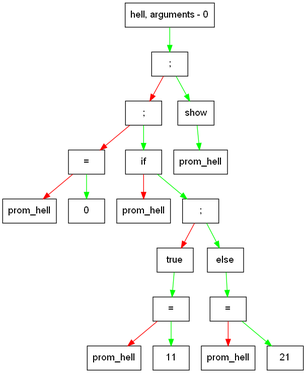
The Graphviz diagram dump.png in Naminar/Language, before a commit. Its source is kept beside it as dump.dot. Source of this version:
```dot
digraph G{
 size="100" node [shape = record, fontname = Arial];
    elem0000025ceccd1640[label = " { hell, arguments - 0} "];
edge [color = green];
elem0000025ceccd1640 -> elem0000025ceccd79a0;elem0000025ceccd79a0[label = " { ; } "];
edge [color = red];
elem0000025ceccd79a0 -> elem0000025ceccd7a60;edge [color = green];
elem0000025ceccd79a0 -> elem0000025ceccd7a20;elem0000025ceccd7a60[label = " { ; } "];
edge [color = red];
elem0000025ceccd7a60 -> elem0000025ceccd7ca0;edge [color = green];
elem0000025ceccd7a60 -> elem0000025ceccd6910;elem0000025ceccd7ca0[label = " { = } "];
edge [color = red];
elem0000025ceccd7ca0 -> elem0000025ceccd6810;edge [color = green];
elem0000025ceccd7ca0 -> elem0000025ceccd7c60;elem0000025ceccd6810[label = " {prom_hell} "];
elem0000025ceccd7c60[label = " {0} "];
elem0000025ceccd6910[label = " {if} "];
edge [color = red];
elem0000025ceccd6910 -> elem0000025ceccd6a30;edge [color = green];
elem0000025ceccd6910 -> elem0000025ceccd76a0;elem0000025ceccd6a30[label = " {prom_hell} "];
elem0000025ceccd76a0[label = " { ; } "];
edge [color = red];
elem0000025ceccd76a0 -> elem0000025ceccd6b50;edge [color = green];
elem0000025ceccd76a0 -> elem0000025ceccd7aa0;elem0000025ceccd6b50[label = " {true} "];
edge [color = green];
elem0000025ceccd6b50 -> elem0000025ceccd74b0;elem0000025ceccd74b0[label = " { = } "];
edge [color = red];
elem0000025ceccd74b0 -> elem0000025ceccd7450;edge [color = green];
elem0000025ceccd74b0 -> elem0000025ceccd7960;elem0000025ceccd7450[label = " {prom_hell} "];
elem0000025ceccd7960[label = " {11} "];
elem0000025ceccd7aa0[label = " {else} "];
edge [color = green];
elem0000025ceccd7aa0 -> elem0000025ceccd79e0;elem0000025ceccd79e0[label = " { = } "];
edge [color = red];
elem0000025ceccd79e0 -> elem0000025ceccd7b20;edge [color = green];
elem0000025ceccd79e0 -> elem0000025ceccd7b60;elem0000025ceccd7b20[label = " {prom_hell} "];
elem0000025ceccd7b60[label = " {21} "];
elem0000025ceccd7a20[label = " {show} "];
edge [color = green];
elem0000025ceccd7a20 -> elem0000025ceccd7560;elem0000025ceccd7560[label = " {prom_hell} "];
}
```
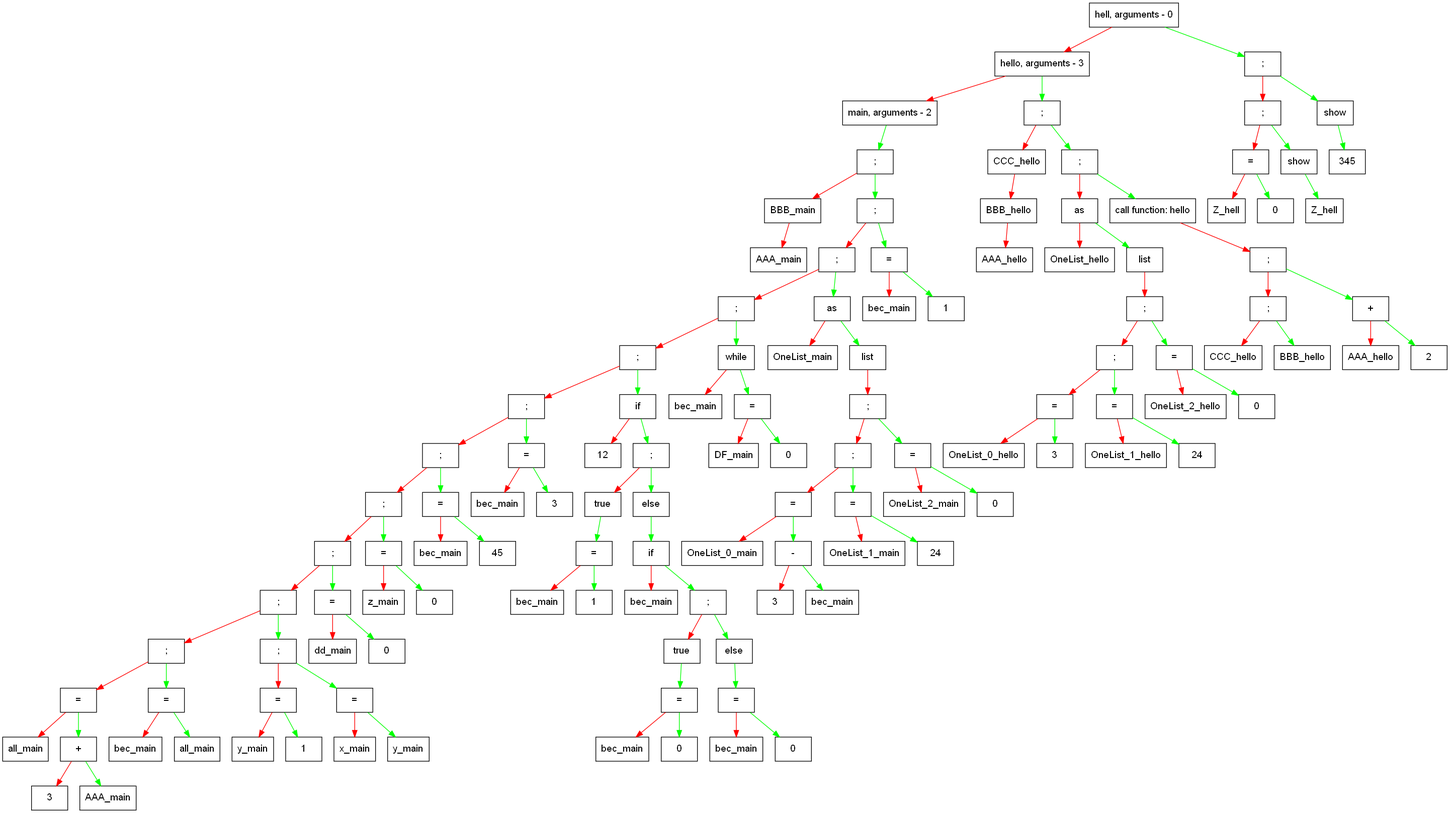
The same diagram one commit later.

What changed in the source:
```diff
@@ -1,40 +1,246 @@
 digraph G{
  size="100" node [shape = record, fontname = Arial];
-    elem0000025ceccd1640[label = " { hell, arguments - 0} "];
+    elem000001af61dcb530[label = " { hell, arguments - 0} "];
+edge [color = red];
+elem000001af61dcb530 -> elem000001af61dcb1b0;edge [color = green];
+elem000001af61dcb530 -> elem000001af61dcae30;elem000001af61dcb1b0[label = " { hello, arguments - 3} "];
+edge [color = red];
+elem000001af61dcb1b0 -> elem000001af61dc1640;edge [color = green];
+elem000001af61dcb1b0 -> elem000001af61dc9880;elem000001af61dc1640[label = " { main, arguments - 2} "];
 edge [color = green];
-elem0000025ceccd1640 -> elem0000025ceccd79a0;elem0000025ceccd79a0[label = " { ; } "];
+elem000001af61dc1640 -> elem000001af61dcd430;elem000001af61dcd430[label = " { ; } "];
 edge [color = red];
-elem0000025ceccd79a0 -> elem0000025ceccd7a60;edge [color = green];
-elem0000025ceccd79a0 -> elem0000025ceccd7a20;elem0000025ceccd7a60[label = " { ; } "];
+elem000001af61dcd430 -> elem000001af61dc17f0;edge [color = green];
+elem000001af61dcd430 -> elem000001af61dc9300;elem000001af61dc17f0[label = " {BBB_main} "];
 edge [color = red];
-elem0000025ceccd7a60 -> elem0000025ceccd7ca0;edge [color = green];
-elem0000025ceccd7a60 -> elem0000025ceccd6910;elem0000025ceccd7ca0[label = " { = } "];
+elem000001af61dc17f0 -> elem000001af61dc1760;elem000001af61dc1760[label = " {AAA_main} "];
+elem000001af61dc9300[label = " { ; } "];
 edge [color = red];
-elem0000025ceccd7ca0 -> elem0000025ceccd6810;edge [color = green];
-elem0000025ceccd7ca0 -> elem0000025ceccd7c60;elem0000025ceccd6810[label = " {prom_hell} "];
-elem0000025ceccd7c60[label = " {0} "];
-elem0000025ceccd6910[label = " {if} "];
+elem000001af61dc9300 -> elem000001af61dc93c0;edge [color = green];
+elem000001af61dc9300 -> elem000001af61dcb030;elem000001af61dc93c0[label = " { ; } "];
 edge [color = red];
-elem0000025ceccd6910 -> elem0000025ceccd6a30;edge [color = green];
-elem0000025ceccd6910 -> elem0000025ceccd76a0;elem0000025ceccd6a30[label = " {prom_hell} "];
-elem0000025ceccd76a0[label = " { ; } "];
+elem000001af61dc93c0 -> elem000001af61dcd530;edge [color = green];
+elem000001af61dc93c0 -> elem000001af61dc9980;elem000001af61dcd530[label = " { ; } "];
 edge [color = red];
-elem0000025ceccd76a0 -> elem0000025ceccd6b50;edge [color = green];
-elem0000025ceccd76a0 -> elem0000025ceccd7aa0;elem0000025ceccd6b50[label = " {true} "];
+elem000001af61dcd530 -> elem000001af61dcd8f0;edge [color = green];
+elem000001af61dcd530 -> elem000001af61dc9740;elem000001af61dcd8f0[label = " { ; } "];
+edge [color = red];
+elem000001af61dcd8f0 -> elem000001af61dcd6b0;edge [color = green];
+elem000001af61dcd8f0 -> elem000001af61dc91c0;elem000001af61dcd6b0[label = " { ; } "];
+edge [color = red];
+elem000001af61dcd6b0 -> elem000001af61dcd1b0;edge [color = green];
+elem000001af61dcd6b0 -> elem000001af61dc79a0;elem000001af61dcd1b0[label = " { ; } "];
+edge [color = red];
+elem000001af61dcd1b0 -> elem000001af61dcdaf0;edge [color = green];
+elem000001af61dcd1b0 -> elem000001af61dc7b20;elem000001af61dcdaf0[label = " { ; } "];
+edge [color = red];
+elem000001af61dcdaf0 -> elem000001af61dcd330;edge [color = green];
+elem000001af61dcdaf0 -> elem000001af61dcce30;elem000001af61dcd330[label = " { ; } "];
+edge [color = red];
+elem000001af61dcd330 -> elem000001af61dccdb0;edge [color = green];
+elem000001af61dcd330 -> elem000001af61dcd2f0;elem000001af61dccdb0[label = " { ; } "];
+edge [color = red];
+elem000001af61dccdb0 -> elem000001af61dcd930;edge [color = green];
+elem000001af61dccdb0 -> elem000001af61dcd870;elem000001af61dcd930[label = " { ; } "];
+edge [color = red];
+elem000001af61dcd930 -> elem000001af61dc6ac0;edge [color = green];
+elem000001af61dcd930 -> elem000001af61dc69a0;elem000001af61dc6ac0[label = " { = } "];
+edge [color = red];
+elem000001af61dc6ac0 -> elem000001af61dc6a30;edge [color = green];
+elem000001af61dc6ac0 -> elem000001af61dc77e0;elem000001af61dc6a30[label = " {all_main} "];
+elem000001af61dc77e0[label = " { + } "];
+edge [color = red];
+elem000001af61dc77e0 -> elem000001af61dc7450;edge [color = green];
+elem000001af61dc77e0 -> elem000001af61dc7ba0;elem000001af61dc7450[label = " {3} "];
+elem000001af61dc7ba0[label = " {AAA_main} "];
+elem000001af61dc69a0[label = " { = } "];
+edge [color = red];
+elem000001af61dc69a0 -> elem000001af61dc6910;edge [color = green];
+elem000001af61dc69a0 -> elem000001af61dcd830;elem000001af61dc6910[label = " {bec_main} "];
+elem000001af61dcd830[label = " {all_main} "];
+elem000001af61dcd870[label = " { ; } "];
+edge [color = red];
+elem000001af61dcd870 -> elem000001af61dc7b60;edge [color = green];
+elem000001af61dcd870 -> elem000001af61dc76e0;elem000001af61dc7b60[label = " { = } "];
+edge [color = red];
+elem000001af61dc7b60 -> elem000001af61dc7be0;edge [color = green];
+elem000001af61dc7b60 -> elem000001af61dc7c60;elem000001af61dc7be0[label = " {y_main} "];
+elem000001af61dc7c60[label = " {1} "];
+elem000001af61dc76e0[label = " { = } "];
+edge [color = red];
+elem000001af61dc76e0 -> elem000001af61dc7820;edge [color = green];
+elem000001af61dc76e0 -> elem000001af61dcd7f0;elem000001af61dc7820[label = " {x_main} "];
+elem000001af61dcd7f0[label = " {y_main} "];
+elem000001af61dcd2f0[label = " { = } "];
+edge [color = red];
+elem000001af61dcd2f0 -> elem000001af61dc7ca0;edge [color = green];
+elem000001af61dcd2f0 -> elem000001af61dcd9f0;elem000001af61dc7ca0[label = " {dd_main} "];
+elem000001af61dcd9f0[label = " {0} "];
+elem000001af61dcce30[label = " { = } "];
+edge [color = red];
+elem000001af61dcce30 -> elem000001af61dc75a0;edge [color = green];
+elem000001af61dcce30 -> elem000001af61dcd370;elem000001af61dc75a0[label = " {z_main} "];
+elem000001af61dcd370[label = " {0} "];
+elem000001af61dc7b20[label = " { = } "];
+edge [color = red];
+elem000001af61dc7b20 -> elem000001af61dc75e0;edge [color = green];
+elem000001af61dc7b20 -> elem000001af61dc7ae0;elem000001af61dc75e0[label = " {bec_main} "];
+elem000001af61dc7ae0[label = " {45} "];
+elem000001af61dc79a0[label = " { = } "];
+edge [color = red];
+elem000001af61dc79a0 -> elem000001af61dc7a20;edge [color = green];
+elem000001af61dc79a0 -> elem000001af61dc9680;elem000001af61dc7a20[label = " {bec_main} "];
+elem000001af61dc9680[label = " {3} "];
+elem000001af61dc91c0[label = " {if} "];
+edge [color = red];
+elem000001af61dc91c0 -> elem000001af61dc8ec0;edge [color = green];
+elem000001af61dc91c0 -> elem000001af61dcd6f0;elem000001af61dc8ec0[label = " {12} "];
+elem000001af61dcd6f0[label = " { ; } "];
+edge [color = red];
+elem000001af61dcd6f0 -> elem000001af61dc9100;edge [color = green];
+elem000001af61dcd6f0 -> elem000001af61dc9600;elem000001af61dc9100[label = " {true} "];
 edge [color = green];
-elem0000025ceccd6b50 -> elem0000025ceccd74b0;elem0000025ceccd74b0[label = " { = } "];
+elem000001af61dc9100 -> elem000001af61dc8d40;elem000001af61dc8d40[label = " { = } "];
 edge [color = red];
-elem0000025ceccd74b0 -> elem0000025ceccd7450;edge [color = green];
-elem0000025ceccd74b0 -> elem0000025ceccd7960;elem0000025ceccd7450[label = " {prom_hell} "];
-elem0000025ceccd7960[label = " {11} "];
-elem0000025ceccd7aa0[label = " {else} "];
+elem000001af61dc8d40 -> elem000001af61dc9040;edge [color = green];
+elem000001af61dc8d40 -> elem000001af61dc8f40;elem000001af61dc9040[label = " {bec_main} "];
+elem000001af61dc8f40[label = " {1} "];
+elem000001af61dc9600[label = " {else} "];
 edge [color = green];
-elem0000025ceccd7aa0 -> elem0000025ceccd79e0;elem0000025ceccd79e0[label = " { = } "];
+elem000001af61dc9600 -> elem000001af61dc95c0;elem000001af61dc95c0[label = " {if} "];
 edge [color = red];
-elem0000025ceccd79e0 -> elem0000025ceccd7b20;edge [color = green];
-elem0000025ceccd79e0 -> elem0000025ceccd7b60;elem0000025ceccd7b20[label = " {prom_hell} "];
-elem0000025ceccd7b60[label = " {21} "];
-elem0000025ceccd7a20[label = " {show} "];
+elem000001af61dc95c0 -> elem000001af61dc9640;edge [color = green];
+elem000001af61dc95c0 -> elem000001af61dcd470;elem000001af61dc9640[label = " {bec_main} "];
+elem000001af61dcd470[label = " { ; } "];
+edge [color = red];
+elem000001af61dcd470 -> elem000001af61dc9000;edge [color = green];
+elem000001af61dcd470 -> elem000001af61dc9540;elem000001af61dc9000[label = " {true} "];
 edge [color = green];
-elem0000025ceccd7a20 -> elem0000025ceccd7560;elem0000025ceccd7560[label = " {prom_hell} "];
+elem000001af61dc9000 -> elem000001af61dc9a80;elem000001af61dc9a80[label = " { = } "];
+edge [color = red];
+elem000001af61dc9a80 -> elem000001af61dc9500;edge [color = green];
+elem000001af61dc9a80 -> elem000001af61dc96c0;elem000001af61dc9500[label = " {bec_main} "];
+elem000001af61dc96c0[label = " {0} "];
+elem000001af61dc9540[label = " {else} "];
+edge [color = green];
+elem000001af61dc9540 -> elem000001af61dc9840;elem000001af61dc9840[label = " { = } "];
+edge [color = red];
+elem000001af61dc9840 -> elem000001af61dc8fc0;edge [color = green];
+elem000001af61dc9840 -> elem000001af61dc9240;elem000001af61dc8fc0[label = " {bec_main} "];
+elem000001af61dc9240[label = " {0} "];
+elem000001af61dc9740[label = " {while} "];
+edge [color = red];
+elem000001af61dc9740 -> elem000001af61dc9380;edge [color = green];
+elem000001af61dc9740 -> elem000001af61dcd4f0;elem000001af61dc9380[label = " {bec_main} "];
+elem000001af61dcd4f0[label = " { = } "];
+edge [color = red];
+elem000001af61dcd4f0 -> elem000001af61dc9440;edge [color = green];
+elem000001af61dcd4f0 -> elem000001af61dcd4b0;elem000001af61dc9440[label = " {DF_main} "];
+elem000001af61dcd4b0[label = " {0} "];
+elem000001af61dc9980[label = " {as} "];
+edge [color = red];
+elem000001af61dc9980 -> elem000001af61dc9940;edge [color = green];
+elem000001af61dc9980 -> elem000001af61dc99c0;elem000001af61dc9940[label = " {OneList_main} "];
+elem000001af61dc99c0[label = " {list} "];
+edge [color = red];
+elem000001af61dc99c0 -> elem000001af61dccf70;elem000001af61dccf70[label = " { ; } "];
+edge [color = red];
+elem000001af61dccf70 -> elem000001af61dccef0;edge [color = green];
+elem000001af61dccf70 -> elem000001af61dc8f80;elem000001af61dccef0[label = " { ; } "];
+edge [color = red];
+elem000001af61dccef0 -> elem000001af61dcceb0;edge [color = green];
+elem000001af61dccef0 -> elem000001af61dccf30;elem000001af61dcceb0[label = " { = } "];
+edge [color = red];
+elem000001af61dcceb0 -> elem000001af61dcce70;edge [color = green];
+elem000001af61dcceb0 -> elem000001af61dcac30;elem000001af61dcce70[label = " {OneList_0_main} "];
+elem000001af61dcac30[label = " { - } "];
+edge [color = red];
+elem000001af61dcac30 -> elem000001af61dcb730;edge [color = green];
+elem000001af61dcac30 -> elem000001af61dca8b0;elem000001af61dcb730[label = " {3} "];
+elem000001af61dca8b0[label = " {bec_main} "];
+elem000001af61dccf30[label = " { = } "];
+edge [color = red];
+elem000001af61dccf30 -> elem000001af61dcd5b0;edge [color = green];
+elem000001af61dccf30 -> elem000001af61dcb430;elem000001af61dcd5b0[label = " {OneList_1_main} "];
+elem000001af61dcb430[label = " {24} "];
+elem000001af61dc8f80[label = " { = } "];
+edge [color = red];
+elem000001af61dc8f80 -> elem000001af61dc9580;edge [color = green];
+elem000001af61dc8f80 -> elem000001af61dc9140;elem000001af61dc9580[label = " {OneList_2_main} "];
+elem000001af61dc9140[label = " {0} "];
+elem000001af61dcb030[label = " { = } "];
+edge [color = red];
+elem000001af61dcb030 -> elem000001af61dcad30;edge [color = green];
+elem000001af61dcb030 -> elem000001af61dcabf0;elem000001af61dcad30[label = " {bec_main} "];
+elem000001af61dcabf0[label = " {1} "];
+elem000001af61dc9880[label = " { ; } "];
+edge [color = red];
+elem000001af61dc9880 -> elem000001af61dcadb0;edge [color = green];
+elem000001af61dc9880 -> elem000001af61dcaa70;elem000001af61dcadb0[label = " {CCC_hello} "];
+edge [color = red];
+elem000001af61dcadb0 -> elem000001af61dca830;elem000001af61dca830[label = " {BBB_hello} "];
+edge [color = red];
+elem000001af61dca830 -> elem000001af61dcb5f0;elem000001af61dcb5f0[label = " {AAA_hello} "];
+elem000001af61dcaa70[label = " { ; } "];
+edge [color = red];
+elem000001af61dcaa70 -> elem000001af61dcaeb0;edge [color = green];
+elem000001af61dcaa70 -> elem000001af61dcafb0;elem000001af61dcaeb0[label = " {as} "];
+edge [color = red];
+elem000001af61dcaeb0 -> elem000001af61dcb070;edge [color = green];
+elem000001af61dcaeb0 -> elem000001af61dcadf0;elem000001af61dcb070[label = " {OneList_hello} "];
+elem000001af61dcadf0[label = " {list} "];
+edge [color = red];
+elem000001af61dcadf0 -> elem000001af61dc8c40;elem000001af61dc8c40[label = " { ; } "];
+edge [color = red];
+elem000001af61dc8c40 -> elem000001af61dc98c0;edge [color = green];
+elem000001af61dc8c40 -> elem000001af61dc9b00;elem000001af61dc98c0[label = " { ; } "];
+edge [color = red];
+elem000001af61dc98c0 -> elem000001af61dc9ac0;edge [color = green];
+elem000001af61dc98c0 -> elem000001af61dc92c0;elem000001af61dc9ac0[label = " { = } "];
+edge [color = red];
+elem000001af61dc9ac0 -> elem000001af61dc9800;edge [color = green];
+elem000001af61dc9ac0 -> elem000001af61dca970;elem000001af61dc9800[label = " {OneList_0_hello} "];
+elem000001af61dca970[label = " {3} "];
+elem000001af61dc92c0[label = " { = } "];
+edge [color = red];
+elem000001af61dc92c0 -> elem000001af61dc8c80;edge [color = green];
+elem000001af61dc92c0 -> elem000001af61dcaf70;elem000001af61dc8c80[label = " {OneList_1_hello} "];
+elem000001af61dcaf70[label = " {24} "];
+elem000001af61dc9b00[label = " { = } "];
+edge [color = red];
+elem000001af61dc9b00 -> elem000001af61dc90c0;edge [color = green];
+elem000001af61dc9b00 -> elem000001af61dc8e40;elem000001af61dc90c0[label = " {OneList_2_hello} "];
+elem000001af61dc8e40[label = " {0} "];
+elem000001af61dcafb0[label = " {call function: hello} "];
+edge [color = red];
+elem000001af61dcafb0 -> elem000001af61dca9f0;elem000001af61dca9f0[label = " { ; } "];
+edge [color = red];
+elem000001af61dca9f0 -> elem000001af61dcaa30;edge [color = green];
+elem000001af61dca9f0 -> elem000001af61dcb0f0;elem000001af61dcaa30[label = " { ; } "];
+edge [color = red];
+elem000001af61dcaa30 -> elem000001af61dcb1f0;edge [color = green];
+elem000001af61dcaa30 -> elem000001af61dcb2f0;elem000001af61dcb1f0[label = " {CCC_hello} "];
+elem000001af61dcb2f0[label = " {BBB_hello} "];
+elem000001af61dcb0f0[label = " { + } "];
+edge [color = red];
+elem000001af61dcb0f0 -> elem000001af61dcb6b0;edge [color = green];
+elem000001af61dcb0f0 -> elem000001af61dcb4b0;elem000001af61dcb6b0[label = " {AAA_hello} "];
+elem000001af61dcb4b0[label = " {2} "];
+elem000001af61dcae30[label = " { ; } "];
+edge [color = red];
+elem000001af61dcae30 -> elem000001af61dcad70;edge [color = green];
+elem000001af61dcae30 -> elem000001af61dcd1f0;elem000001af61dcad70[label = " { ; } "];
+edge [color = red];
+elem000001af61dcad70 -> elem000001af61dcac70;edge [color = green];
+elem000001af61dcad70 -> elem000001af61dcd2b0;elem000001af61dcac70[label = " { = } "];
+edge [color = red];
+elem000001af61dcac70 -> elem000001af61dcb570;edge [color = green];
+elem000001af61dcac70 -> elem000001af61dcab70;elem000001af61dcb570[label = " {Z_hell} "];
+elem000001af61dcab70[label = " {0} "];
+elem000001af61dcd2b0[label = " {show} "];
+edge [color = green];
+elem000001af61dcd2b0 -> elem000001af61dccd70;elem000001af61dccd70[label = " {Z_hell} "];
+elem000001af61dcd1f0[label = " {show} "];
+edge [color = green];
+elem000001af61dcd1f0 -> elem000001af61dcd030;elem000001af61dcd030[label = " {345} "];
 }
```
